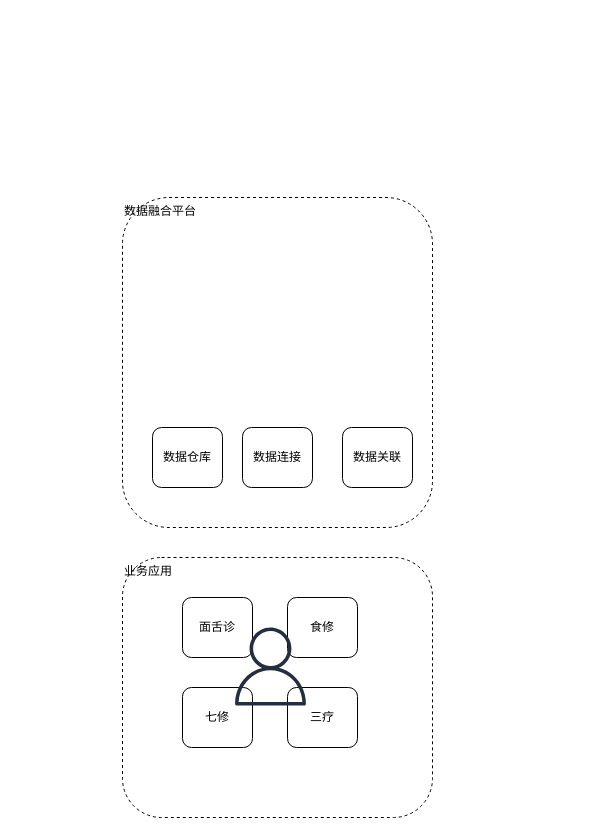
youzhanghao/youzhanghao.github.io keeps this draw.io diagram as _posts/Untitled Diagram.drawio. Above is the earlier version. Source tidied: cells renumbered, new cells numbered last; positions are measured from the earlier drawing's top-left corner, leaving out a move shared by most shapes. Both pictures are drawn from the tidied source at 100%, with x=0, y=0 at pixel (122, 197).
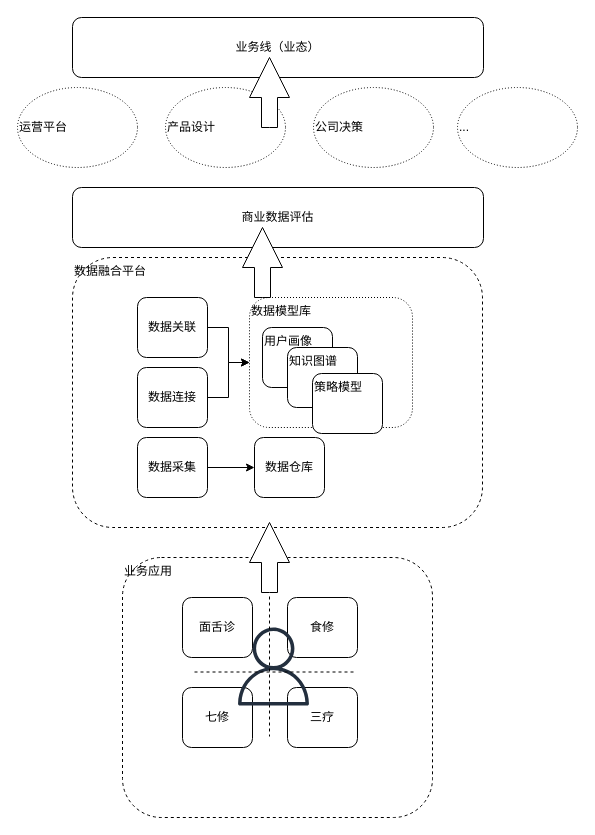
After the change.

Diff of the diagram source:
```diff
@@
     <mxCell id="3" value="数据融合平台" style="rounded=1;whiteSpace=wrap;html=1;dashed=1;verticalAlign=top;align=left;" parent="1" vertex="1">
-      <mxGeometry width="310" height="330" as="geometry" />
+      <mxGeometry x="-50" y="60" width="410" height="270" as="geometry" />
     </mxCell>
     <mxCell id="4" value="数据仓库" style="rounded=1;whiteSpace=wrap;html=1;" parent="1" vertex="1">
-      <mxGeometry x="30" y="230" width="70" height="60" as="geometry" />
+      <mxGeometry x="132" y="240" width="70" height="60" as="geometry" />
     </mxCell>
+    <mxCell id="12" style="edgeStyle=orthogonalEdgeStyle;rounded=0;jettySize=auto;html=1;exitX=1;exitY=0.5;exitDx=0;exitDy=0;" parent="1" edge="1" source="5" target="19">
+      <mxGeometry relative="1" as="geometry" />
+    </mxCell>
     <mxCell id="5" value="数据连接" style="rounded=1;whiteSpace=wrap;html=1;" parent="1" vertex="1">
-      <mxGeometry x="120" y="230" width="70" height="60" as="geometry" />
+      <mxGeometry x="15" y="170" width="70" height="60" as="geometry" />
     </mxCell>
+    <mxCell id="13" style="edgeStyle=orthogonalEdgeStyle;rounded=0;jettySize=auto;html=1;exitX=1;exitY=0.5;exitDx=0;exitDy=0;entryX=0;entryY=0.5;entryDx=0;entryDy=0;" parent="1" edge="1" source="6" target="19">
+      <mxGeometry relative="1" as="geometry" />
+    </mxCell>
     <mxCell id="6" value="数据关联" style="rounded=1;whiteSpace=wrap;html=1;" parent="1" vertex="1">
-      <mxGeometry x="220" y="230" width="70" height="60" as="geometry" />
+      <mxGeometry x="15" y="100" width="70" height="60" as="geometry" />
     </mxCell>
@@
     <mxCell id="11" style="fontColor=#232F3E;gradientColor=none;fillColor=#232F3E;strokeColor=none;dashed=0;verticalLabelPosition=bottom;verticalAlign=top;align=center;html=1;fontSize=12;fontStyle=0;shape=mxgraph.aws4.user;" parent="1" vertex="1">
-      <mxGeometry x="109" y="430" width="78" height="78" as="geometry" />
+      <mxGeometry x="112" y="430" width="78" height="78" as="geometry" />
     </mxCell>
+    <mxCell id="14" style="endArrow=none;dashed=1;html=1;" parent="1" edge="1">
+      <mxGeometry relative="1" as="geometry">
+        <mxPoint x="147" y="399" as="sourcePoint" />
+        <mxPoint x="147" y="539" as="targetPoint" />
+      </mxGeometry>
+    </mxCell>
+    <mxCell id="15" style="endArrow=none;dashed=1;html=1;" parent="1" edge="1">
+      <mxGeometry relative="1" as="geometry">
+        <mxPoint x="231" y="474.5" as="sourcePoint" />
+        <mxPoint x="71" y="474.5" as="targetPoint" />
+      </mxGeometry>
+    </mxCell>
+    <mxCell id="16" style="html=1;shadow=0;dashed=0;align=center;verticalAlign=middle;shape=mxgraph.arrows2.arrow;dy=0.6;dx=40;direction=north;notch=0;" parent="1" vertex="1">
+      <mxGeometry x="127" y="325" width="40" height="70" as="geometry" />
+    </mxCell>
+    <mxCell id="17" style="edgeStyle=orthogonalEdgeStyle;rounded=0;jettySize=auto;html=1;exitX=1;exitY=0.5;exitDx=0;exitDy=0;" parent="1" edge="1" source="18" target="4">
+      <mxGeometry relative="1" as="geometry" />
+    </mxCell>
+    <mxCell id="18" value="数据采集" style="rounded=1;whiteSpace=wrap;html=1;" parent="1" vertex="1">
+      <mxGeometry x="15" y="240" width="70" height="60" as="geometry" />
+    </mxCell>
+    <mxCell id="19" value="数据模型库" style="rounded=1;whiteSpace=wrap;html=1;verticalAlign=top;align=left;dashed=1;dashPattern=1 2;" parent="1" vertex="1">
+      <mxGeometry x="127" y="100" width="163" height="130" as="geometry" />
+    </mxCell>
+    <mxCell id="20" value="用户画像" style="rounded=1;whiteSpace=wrap;html=1;verticalAlign=top;align=left;" parent="1" vertex="1">
+      <mxGeometry x="140" y="130" width="70" height="60" as="geometry" />
+    </mxCell>
+    <mxCell id="21" value="知识图谱" style="rounded=1;whiteSpace=wrap;html=1;verticalAlign=top;align=left;" parent="1" vertex="1">
+      <mxGeometry x="165" y="150" width="70" height="60" as="geometry" />
+    </mxCell>
+    <mxCell id="22" value="策略模型" style="rounded=1;whiteSpace=wrap;html=1;verticalAlign=top;align=left;" parent="1" vertex="1">
+      <mxGeometry x="190" y="176" width="70" height="60" as="geometry" />
+    </mxCell>
+    <mxCell id="23" value="运营平台" style="ellipse;whiteSpace=wrap;html=1;dashed=1;dashPattern=1 2;align=left;" parent="1" vertex="1">
+      <mxGeometry x="-105" y="-110" width="120" height="80" as="geometry" />
+    </mxCell>
+    <mxCell id="24" value="产品设计" style="ellipse;whiteSpace=wrap;html=1;dashed=1;dashPattern=1 2;align=left;" parent="1" vertex="1">
+      <mxGeometry x="43" y="-110" width="120" height="80" as="geometry" />
+    </mxCell>
+    <mxCell id="25" value="公司决策" style="ellipse;whiteSpace=wrap;html=1;dashed=1;dashPattern=1 2;align=left;" parent="1" vertex="1">
+      <mxGeometry x="191" y="-110" width="120" height="80" as="geometry" />
+    </mxCell>
+    <mxCell id="26" value="商业数据评估" style="rounded=1;whiteSpace=wrap;html=1;align=center;" parent="1" vertex="1">
+      <mxGeometry x="-50" y="-10" width="411" height="60" as="geometry" />
+    </mxCell>
+    <mxCell id="27" value="业务线（业态）" style="rounded=1;whiteSpace=wrap;html=1;align=center;" parent="1" vertex="1">
+      <mxGeometry x="-50" y="-180" width="411" height="60" as="geometry" />
+    </mxCell>
+    <mxCell id="28" value="..." style="ellipse;whiteSpace=wrap;html=1;dashed=1;dashPattern=1 2;align=left;" parent="1" vertex="1">
+      <mxGeometry x="335" y="-110" width="120" height="80" as="geometry" />
+    </mxCell>
+    <mxCell id="29" style="html=1;shadow=0;dashed=0;align=center;verticalAlign=middle;shape=mxgraph.arrows2.arrow;dy=0.6;dx=40;direction=north;notch=0;" parent="1" vertex="1">
+      <mxGeometry x="120" y="30" width="40" height="70" as="geometry" />
+    </mxCell>
+    <mxCell id="30" style="html=1;shadow=0;dashed=0;align=center;verticalAlign=middle;shape=mxgraph.arrows2.arrow;dy=0.6;dx=40;direction=north;notch=0;" parent="1" vertex="1">
+      <mxGeometry x="127" y="-140" width="40" height="70" as="geometry" />
+    </mxCell>
```
